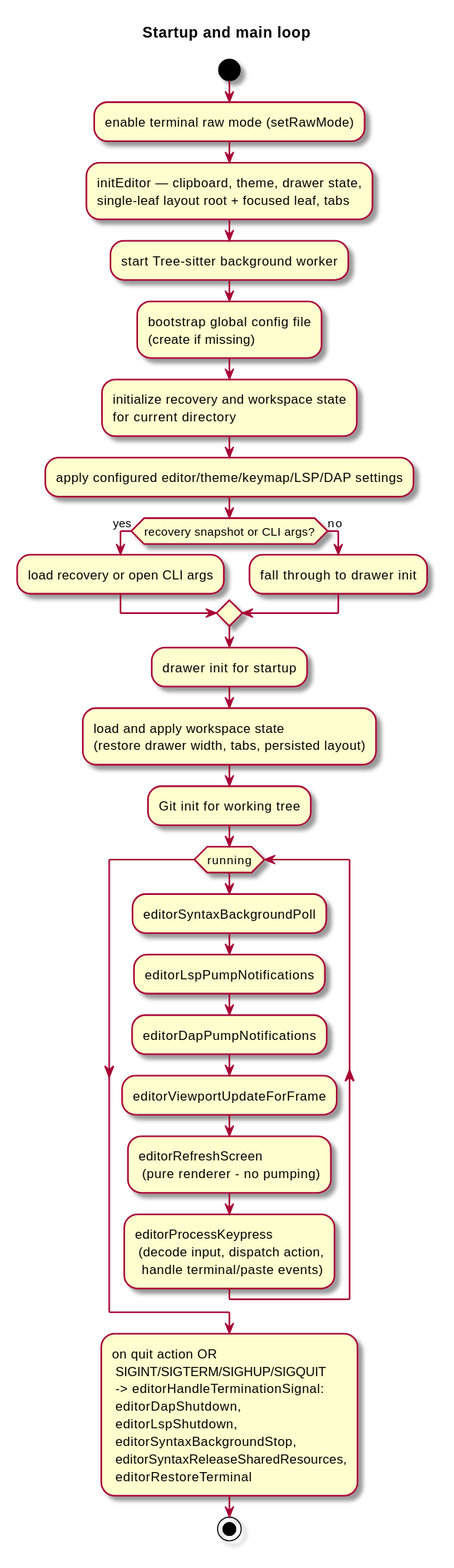
Above: docs/diagrams/svg/startup-loop.svg in kokkoniemi/rotide (PlantUML), before the change. Its source is kept beside it as docs/diagrams/src/startup-loop.puml.
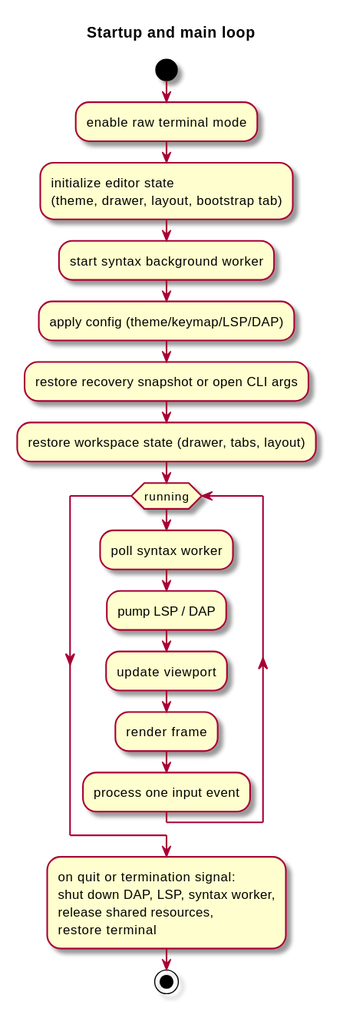
Later version of the same file.

Change to the diagram source:
```diff
@@ -4,43 +4,26 @@
 title Startup and main loop
 
 start
-:enable terminal raw mode (setRawMode);
-:initEditor — clipboard, theme, drawer state,
-single-leaf layout root + focused leaf, tabs;
-:start Tree-sitter background worker;
-:bootstrap global config file
-(create if missing);
-:initialize recovery and workspace state
-for current directory;
-:apply configured editor/theme/keymap/LSP/DAP settings;
-if (recovery snapshot or CLI args?) then (yes)
-	:load recovery or open CLI args;
-else (no)
-	:fall through to drawer init;
-endif
-:drawer init for startup;
-:load and apply workspace state
-(restore drawer width, tabs, persisted layout);
-:Git init for working tree;
+:enable raw terminal mode;
+:initialize editor state
+(theme, drawer, layout, bootstrap tab);
+:start syntax background worker;
+:apply config (theme/keymap/LSP/DAP);
+:restore recovery snapshot or open CLI args;
+:restore workspace state (drawer, tabs, layout);
+
 while (running)
-	:editorSyntaxBackgroundPoll;
-	:editorLspPumpNotifications;
-	:editorDapPumpNotifications;
-	:editorViewportUpdateForFrame;
-	:editorRefreshScreen
-	 (pure renderer - no pumping);
-	:editorProcessKeypress
-	 (decode input, dispatch action,
-	  handle terminal/paste events);
+  :poll syntax worker;
+  :pump LSP / DAP;
+  :update viewport;
+  :render frame;
+  :process one input event;
 endwhile
-:on quit action OR
- SIGINT/SIGTERM/SIGHUP/SIGQUIT
- -> editorHandleTerminationSignal:
- editorDapShutdown,
- editorLspShutdown,
- editorSyntaxBackgroundStop,
- editorSyntaxReleaseSharedResources,
- editorRestoreTerminal;
+
+:on quit or termination signal:
+shut down DAP, LSP, syntax worker,
+release shared resources,
+restore terminal;
 stop
 
 @enduml
```
